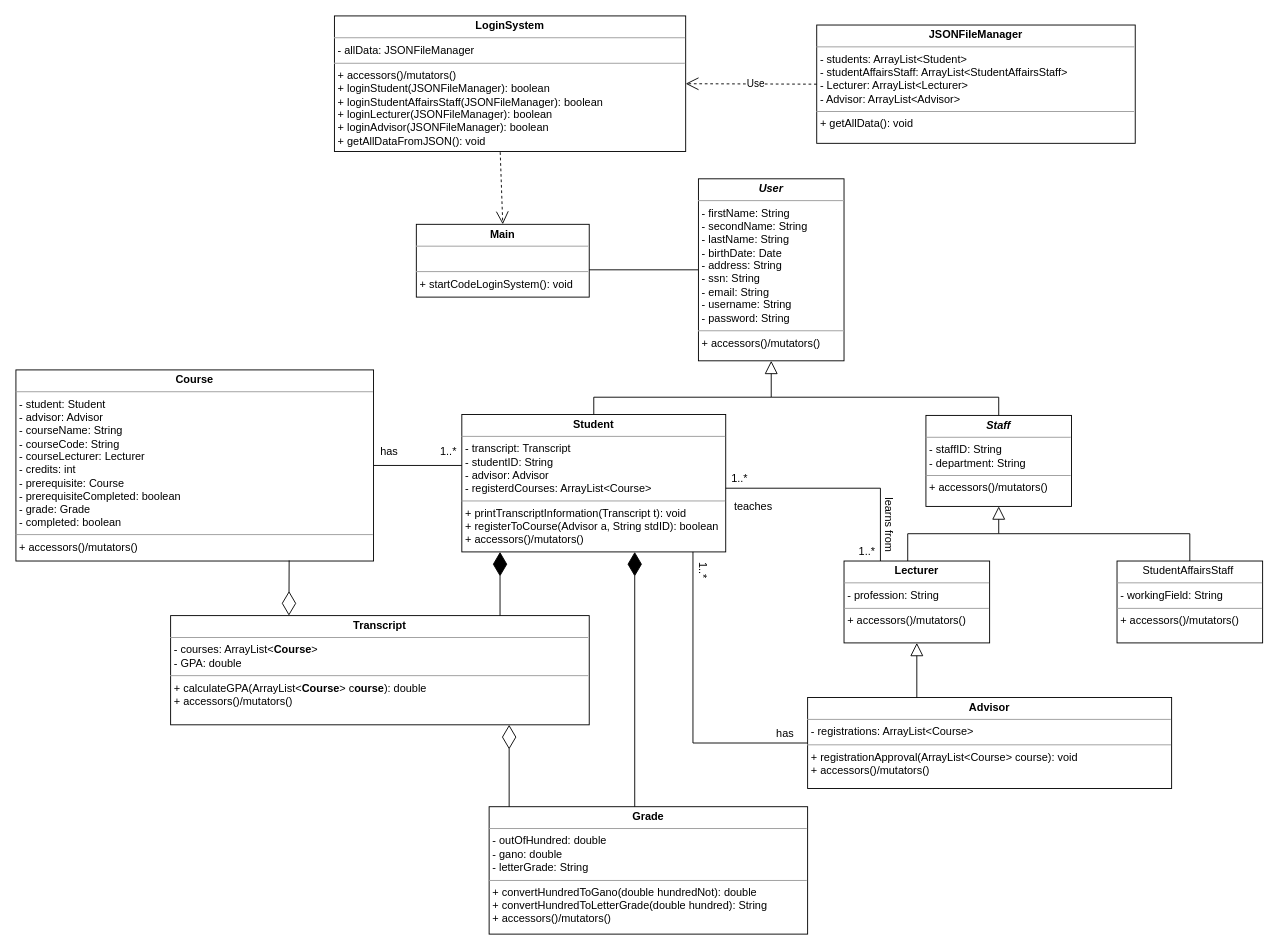
This is Iteration_1/CSE3063F23P1_DCD_GRP9_Iteration1.drawio from yigittuncer07/CSE3063F23P1_GRP9, a draw.io file, before an edit. Source tidied: cells renumbered, new cells numbered last; positions are measured from the earlier drawing's top-left corner, leaving out a move shared by most shapes. Both pictures are drawn from the tidied source at 91%, with x=0, y=0 at pixel (15, 15).
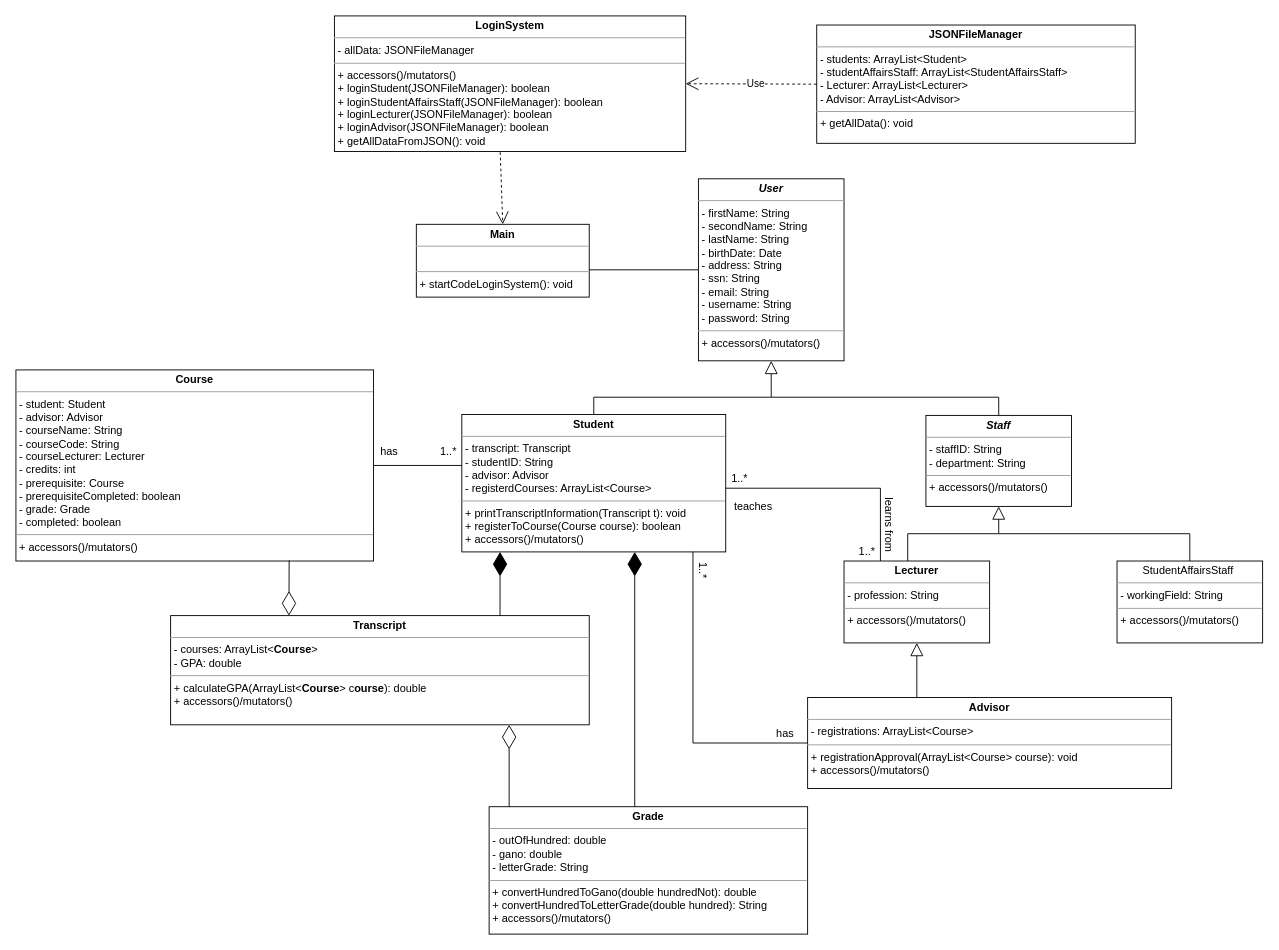
The same diagram, later.

Commit message:
Changed Student Object

What changed in the source:
```diff
@@
-    <mxCell id="4" value="&lt;p style=&quot;margin:0px;margin-top:4px;text-align:center;&quot;&gt;&lt;b&gt;Student&lt;/b&gt;&lt;/p&gt;&lt;hr size=&quot;1&quot;&gt;&lt;p style=&quot;margin:0px;margin-left:4px;&quot;&gt;- transcript: Transcript&lt;/p&gt;&lt;p style=&quot;margin:0px;margin-left:4px;&quot;&gt;- studentID: String&lt;/p&gt;&lt;p style=&quot;margin:0px;margin-left:4px;&quot;&gt;- advisor: Advisor&lt;/p&gt;&lt;p style=&quot;margin:0px;margin-left:4px;&quot;&gt;- registerdCourses: ArrayList&amp;lt;Course&amp;gt;&lt;/p&gt;&lt;hr size=&quot;1&quot;&gt;&lt;p style=&quot;margin:0px;margin-left:4px;&quot;&gt;+ printTranscriptInformation(Transcript t): void&lt;/p&gt;&lt;p style=&quot;margin:0px;margin-left:4px;&quot;&gt;&lt;span style=&quot;background-color: initial;&quot;&gt;+ registerToCourse(Advisor a, String stdID): boolean&lt;/span&gt;&lt;/p&gt;&lt;p style=&quot;margin:0px;margin-left:4px;&quot;&gt;&lt;span style=&quot;background-color: initial;&quot;&gt;+ accessors()/mutators()&lt;/span&gt;&lt;br&gt;&lt;/p&gt;" style="verticalAlign=top;align=left;overflow=fill;fontSize=12;fontFamily=Helvetica;html=1;whiteSpace=wrap;" parent="1" vertex="1">
+    <mxCell id="4" value="&lt;p style=&quot;margin:0px;margin-top:4px;text-align:center;&quot;&gt;&lt;b&gt;Student&lt;/b&gt;&lt;/p&gt;&lt;hr size=&quot;1&quot;&gt;&lt;p style=&quot;margin:0px;margin-left:4px;&quot;&gt;- transcript: Transcript&lt;/p&gt;&lt;p style=&quot;margin:0px;margin-left:4px;&quot;&gt;- studentID: String&lt;/p&gt;&lt;p style=&quot;margin:0px;margin-left:4px;&quot;&gt;- advisor: Advisor&lt;/p&gt;&lt;p style=&quot;margin:0px;margin-left:4px;&quot;&gt;- registerdCourses: ArrayList&amp;lt;Course&amp;gt;&lt;/p&gt;&lt;hr size=&quot;1&quot;&gt;&lt;p style=&quot;margin:0px;margin-left:4px;&quot;&gt;+ printTranscriptInformation(Transcript t): void&lt;/p&gt;&lt;p style=&quot;margin:0px;margin-left:4px;&quot;&gt;&lt;span style=&quot;background-color: initial;&quot;&gt;+ registerToCourse(Course course): boolean&lt;/span&gt;&lt;/p&gt;&lt;p style=&quot;margin:0px;margin-left:4px;&quot;&gt;&lt;span style=&quot;background-color: initial;&quot;&gt;+ accessors()/mutators()&lt;/span&gt;&lt;br&gt;&lt;/p&gt;" style="verticalAlign=top;align=left;overflow=fill;fontSize=12;fontFamily=Helvetica;html=1;whiteSpace=wrap;" parent="1" vertex="1">
       <mxGeometry x="490" y="438" width="290" height="151" as="geometry" />
     </mxCell>
```
